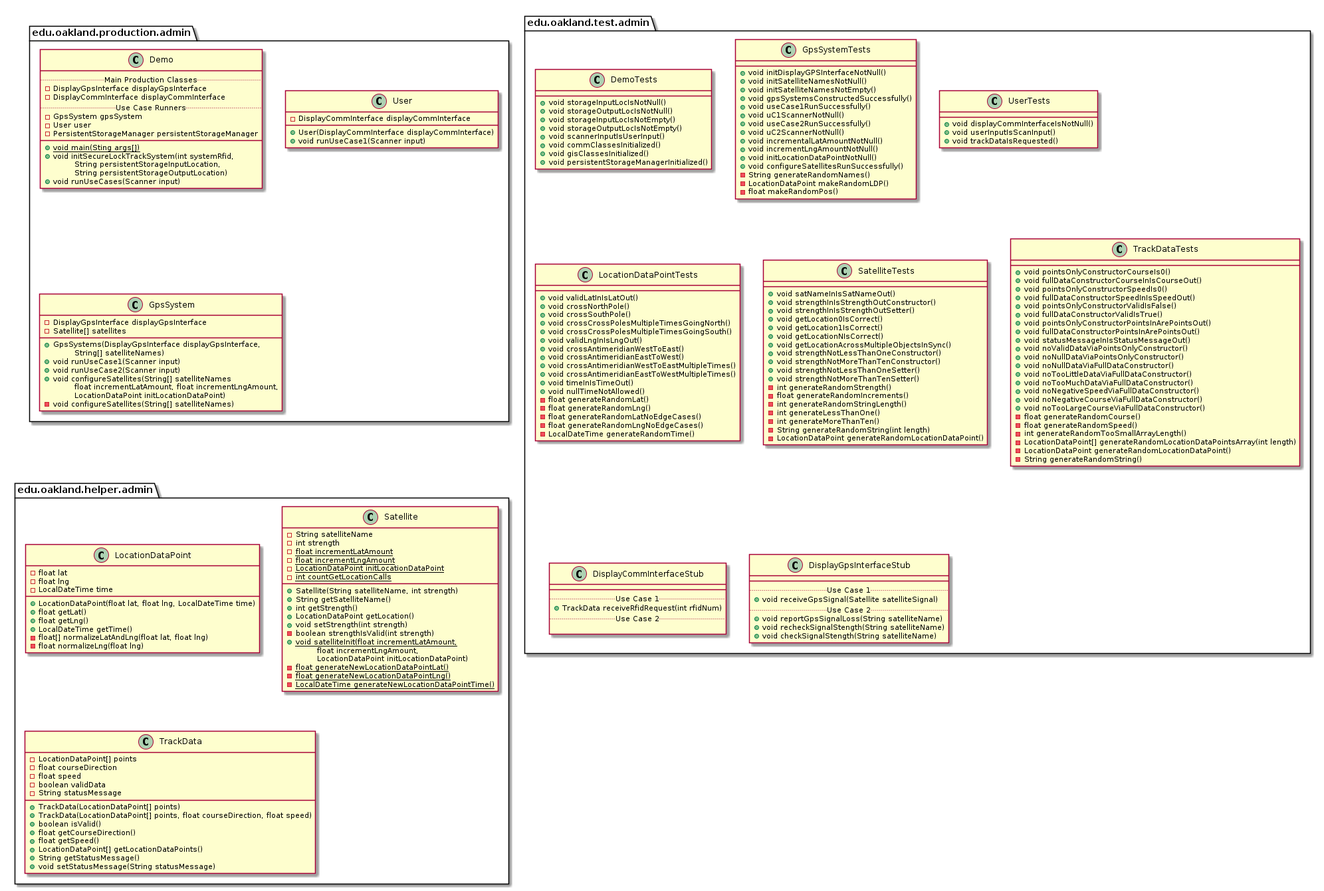
Above: docs/uml-class-diagrams/admin/AdminPackages.png in andrewdimmer/csi-3370-software-project (PlantUML), before the change.
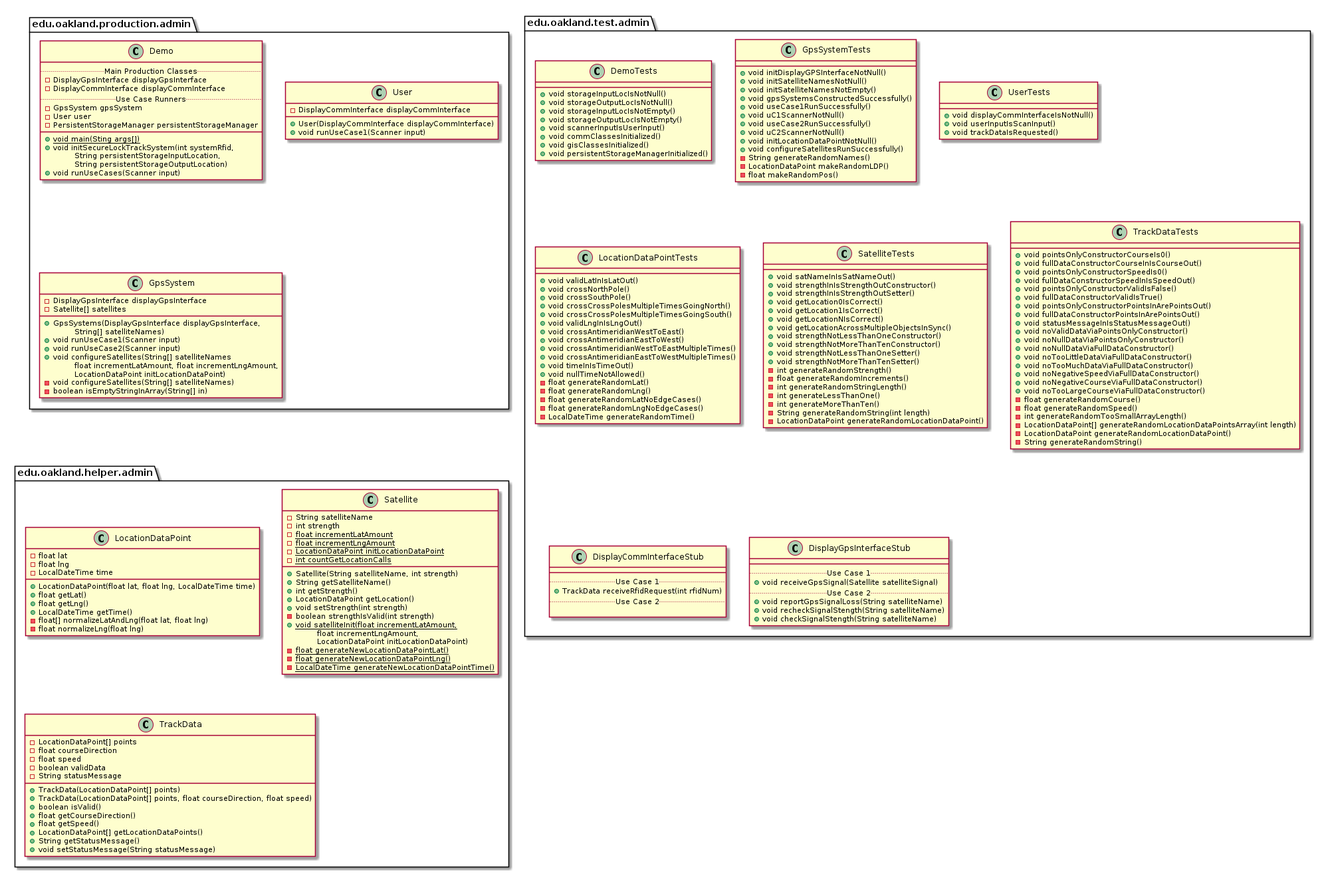
Later version of the same file.

Diff of the diagram source:
```diff
@@ -47,6 +47,7 @@
         \tfloat incrementLatAmount, float incrementLngAmount,
         \tLocationDataPoint initLocationDataPoint)
         - void configureSatellites(String[] satelliteNames)
+        - boolean isEmptyStringInArray(String[] in)
     }
 }
 
@@ -81,8 +82,6 @@
         + void uC1ScannerNotNull()
         + void useCase2RunSuccessfully()
         + void uC2ScannerNotNull()
-        + void incrementalLatAmountNotNull()
-        + void incrementLngAmountNotNull()
         + void initLocationDataPointNotNull()
         + void configureSatellitesRunSuccessfully()
         - String generateRandomNames()
```
